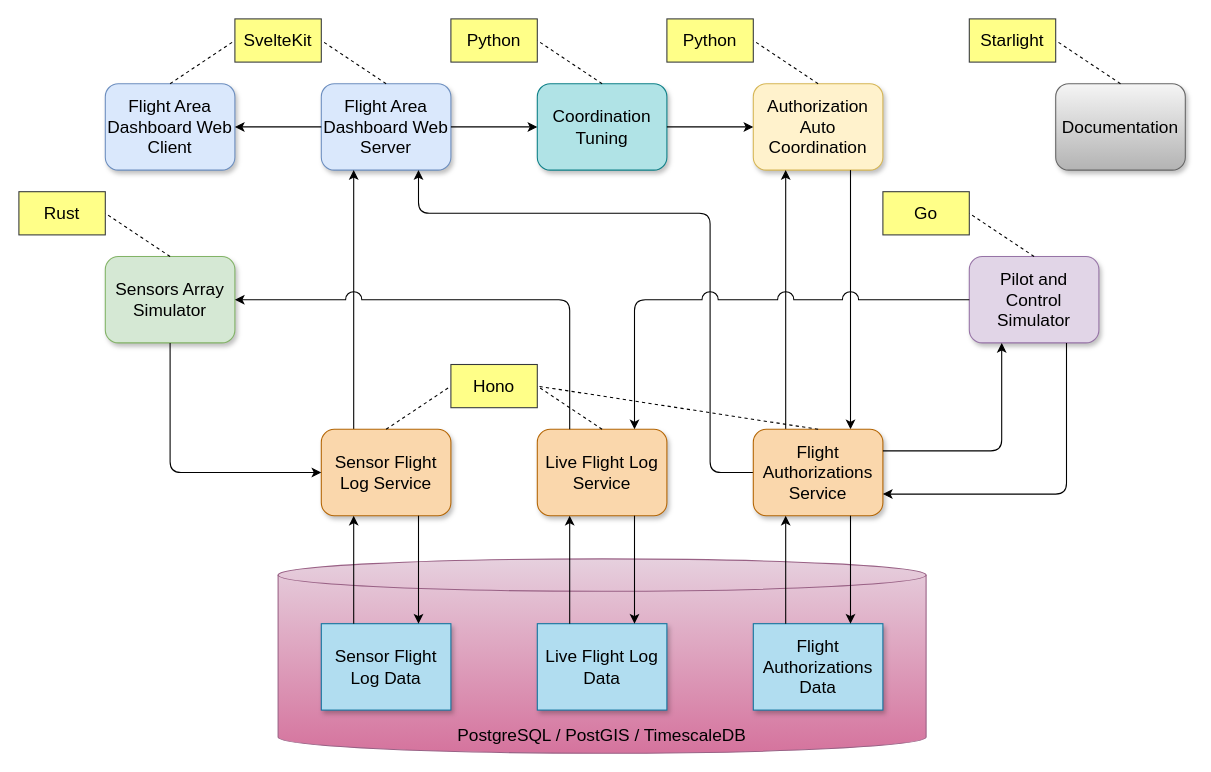
This is page "Overview" (1 of 2) of documentation/_diagrams/utmimic-architecture.drawio from martin-nordberg/utmimic, a draw.io file, before an edit. Source tidied: cells renumbered, new cells numbered last; positions are measured from the earlier drawing's top-left corner, leaving out a move shared by most shapes. Both pictures are drawn from the tidied source at 108%, with x=0, y=0 at pixel (18, 18).
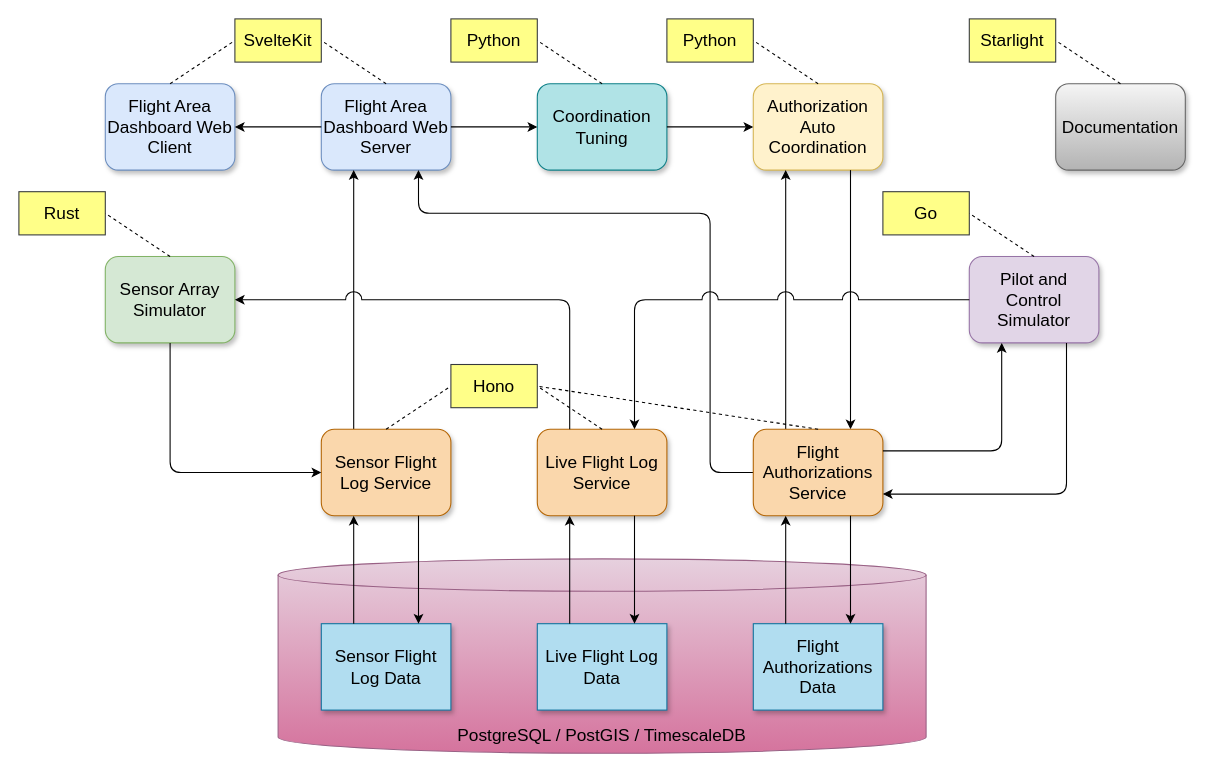
The same page after the edit.

Commit message (it also covers changes not shown here):
Add sensor array simulator spec

What changed in the source:
```diff
@@
-    <mxCell id="26" value="Sensors Array Simulator" style="rounded=1;whiteSpace=wrap;html=1;fontSize=16;fillColor=#d5e8d4;strokeColor=#82b366;shadow=1;" parent="1" vertex="1">
+    <mxCell id="26" value="Sensor Array Simulator" style="rounded=1;whiteSpace=wrap;html=1;fontSize=16;fillColor=#d5e8d4;strokeColor=#82b366;shadow=1;" parent="1" vertex="1">
       <mxGeometry x="80" y="220" width="120" height="80" as="geometry" />
     </mxCell>
```
